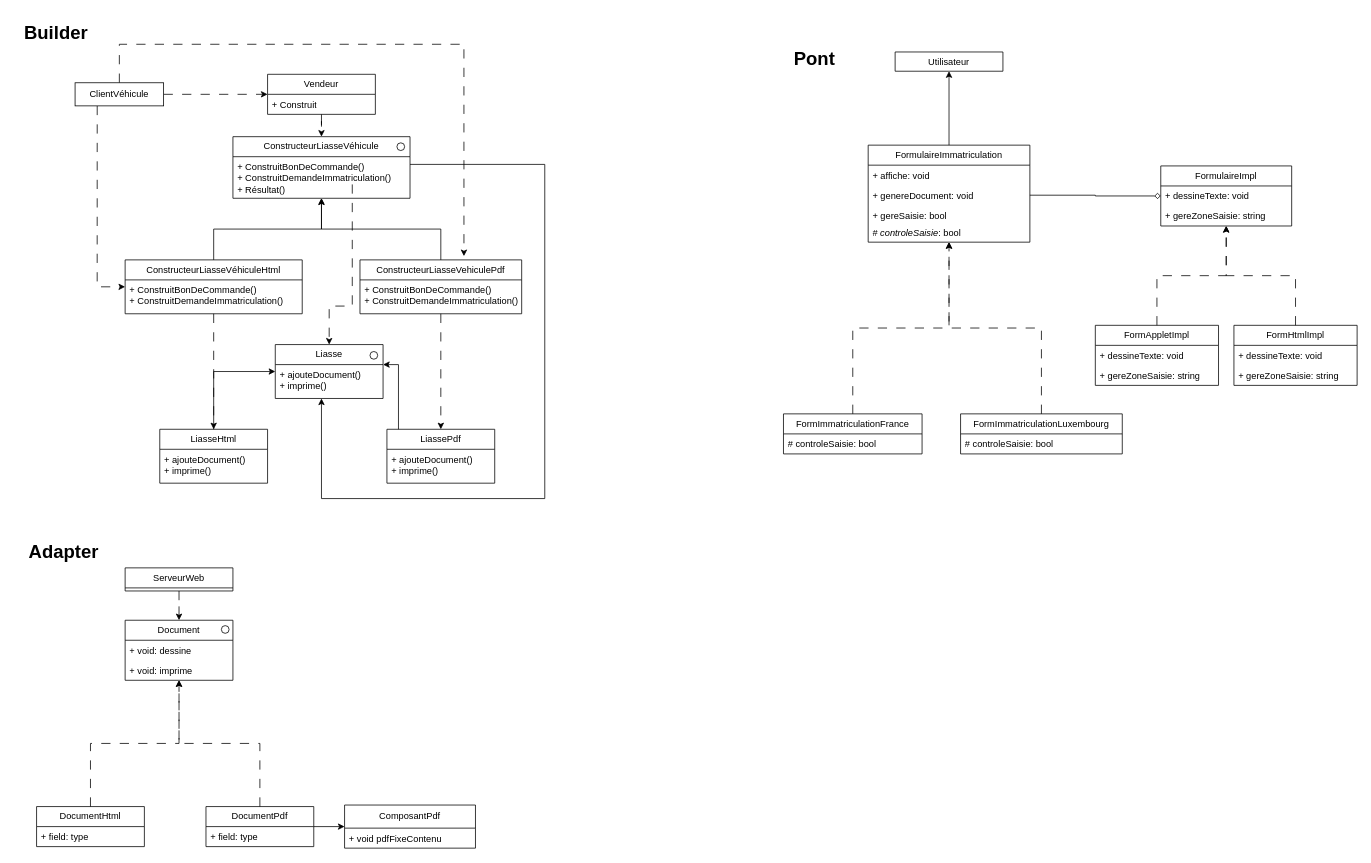
Above: Diagram Abstract Builder.drawio in Benjamin0173/DesignPatternCSharp (draw.io), before the change. Source tidied: cells renumbered, new cells numbered last; positions are measured from the earlier drawing's top-left corner, leaving out a move shared by most shapes. Both pictures are drawn from the tidied source at 77%, with x=0, y=0 at pixel (13, 13).
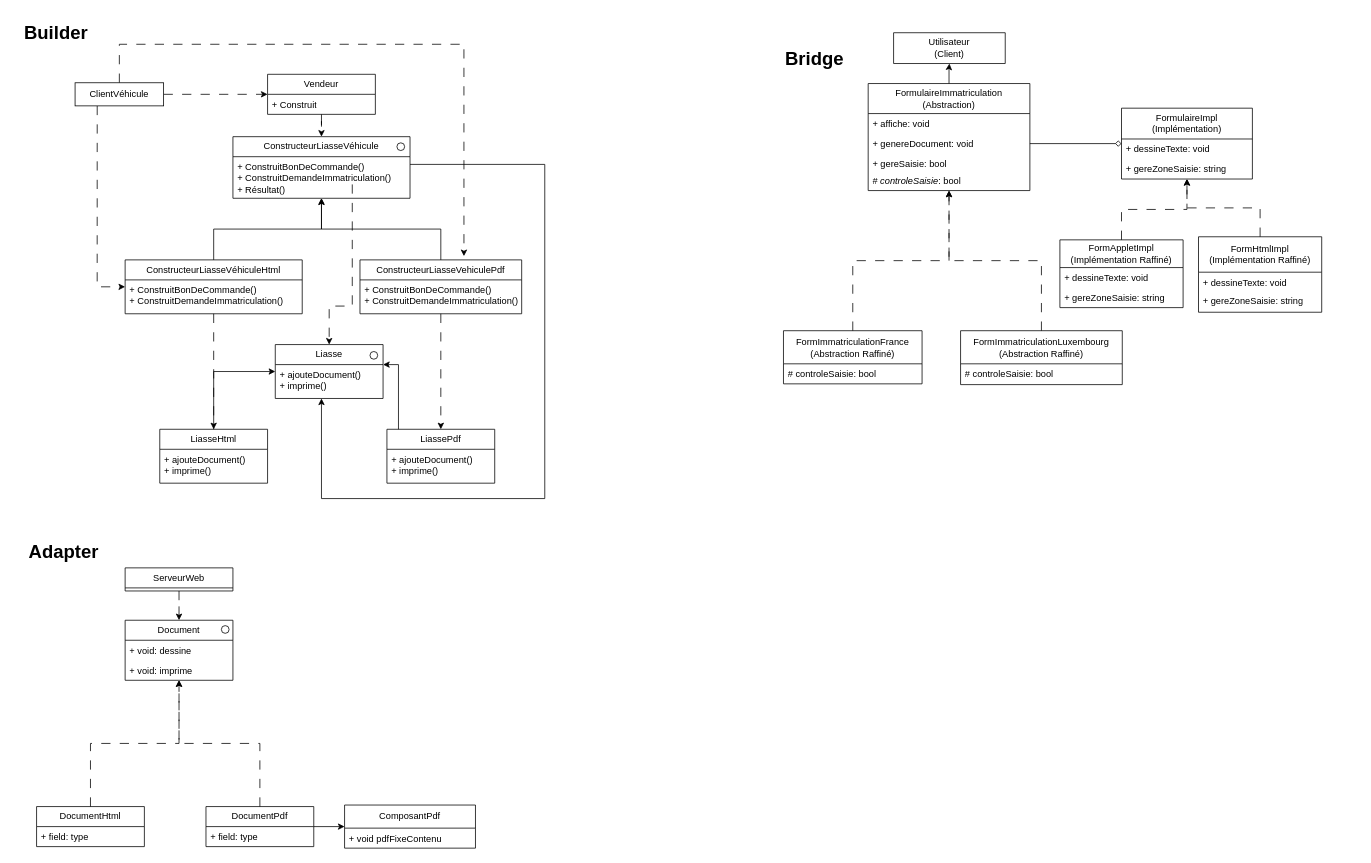
The same page after the edit.

Change to the diagram source:
```diff
@@
-    <mxCell id="48" value="Pont" style="text;strokeColor=none;fillColor=none;html=1;fontSize=24;fontStyle=1;verticalAlign=middle;align=center;" parent="1" vertex="1">
+    <mxCell id="48" value="Bridge" style="text;strokeColor=none;fillColor=none;html=1;fontSize=24;fontStyle=1;verticalAlign=middle;align=center;" parent="1" vertex="1">
       <mxGeometry x="1000" y="39" width="80" height="40" as="geometry" />
     </mxCell>
-    <mxCell id="49" value="Utilisateur" style="swimlane;fontStyle=0;horizontal=1;startSize=26;fillColor=none;whiteSpace=wrap;html=1;" parent="1" vertex="1">
-      <mxGeometry x="1145" y="50" width="140" height="25" as="geometry" />
+    <mxCell id="49" value="Utilisateur&lt;br&gt;(Client)" style="swimlane;fontStyle=0;horizontal=1;startSize=40;fillColor=none;whiteSpace=wrap;html=1;" parent="1" vertex="1">
+      <mxGeometry x="1143" y="25" width="145" height="40" as="geometry" />
     </mxCell>
@@
-    <mxCell id="51" value="FormImmatriculationFrance" style="swimlane;fontStyle=0;horizontal=1;startSize=26;fillColor=none;whiteSpace=wrap;html=1;" parent="1" vertex="1">
-      <mxGeometry x="1000" y="520" width="180" height="52" as="geometry" />
+    <mxCell id="51" value="FormImmatriculationFrance&lt;br&gt;(Abstraction Raffiné)" style="swimlane;fontStyle=0;horizontal=1;startSize=43;fillColor=none;whiteSpace=wrap;html=1;" parent="1" vertex="1">
+      <mxGeometry x="1000" y="412" width="180" height="69" as="geometry" />
     </mxCell>
     <mxCell id="52" value="# controleSaisie: bool" style="text;strokeColor=none;fillColor=none;align=left;verticalAlign=top;spacingLeft=4;spacingRight=4;overflow=hidden;whiteSpace=wrap;html=1;" parent="51" vertex="1">
-      <mxGeometry y="26" width="180" height="26" as="geometry" />
+      <mxGeometry y="43" width="180" height="26" as="geometry" />
     </mxCell>
@@
-    <mxCell id="54" value="FormHtmlImpl" style="swimlane;fontStyle=0;horizontal=1;startSize=26;fillColor=none;whiteSpace=wrap;html=1;" parent="1" vertex="1">
-      <mxGeometry x="1585" y="405" width="160" height="78" as="geometry" />
+    <mxCell id="54" value="FormHtmlImpl&lt;br&gt;(Implémentation Raffiné)" style="swimlane;fontStyle=0;horizontal=1;startSize=46;fillColor=none;whiteSpace=wrap;html=1;" parent="1" vertex="1">
+      <mxGeometry x="1539" y="290" width="160" height="98" as="geometry" />
     </mxCell>
     <mxCell id="55" value="+ dessineTexte: void" style="text;strokeColor=none;fillColor=none;align=left;verticalAlign=top;spacingLeft=4;spacingRight=4;overflow=hidden;whiteSpace=wrap;html=1;" parent="54" vertex="1">
-      <mxGeometry y="26" width="160" height="26" as="geometry" />
+      <mxGeometry y="46" width="160" height="24" as="geometry" />
     </mxCell>
     <mxCell id="56" value="+&amp;nbsp;gereZoneSaisie: string" style="text;strokeColor=none;fillColor=none;align=left;verticalAlign=top;spacingLeft=4;spacingRight=4;overflow=hidden;whiteSpace=wrap;html=1;" parent="54" vertex="1">
-      <mxGeometry y="52" width="160" height="26" as="geometry" />
+      <mxGeometry y="70" width="160" height="28" as="geometry" />
     </mxCell>
@@
-    <mxCell id="58" value="FormImmatriculationLuxembourg" style="swimlane;fontStyle=0;horizontal=1;startSize=26;fillColor=none;whiteSpace=wrap;html=1;" parent="1" vertex="1">
-      <mxGeometry x="1230" y="520" width="210" height="52" as="geometry" />
+    <mxCell id="58" value="FormImmatriculationLuxembourg&lt;br&gt;(Abstraction Raffiné)" style="swimlane;fontStyle=0;horizontal=1;startSize=43;fillColor=none;whiteSpace=wrap;html=1;" parent="1" vertex="1">
+      <mxGeometry x="1230" y="412" width="210" height="70" as="geometry" />
     </mxCell>
     <mxCell id="59" value="# controleSaisie&lt;span style=&quot;background-color: initial;&quot;&gt;: bool&lt;/span&gt;" style="text;strokeColor=none;fillColor=none;align=left;verticalAlign=top;spacingLeft=4;spacingRight=4;overflow=hidden;whiteSpace=wrap;html=1;" parent="58" vertex="1">
-      <mxGeometry y="26" width="210" height="26" as="geometry" />
+      <mxGeometry y="43" width="210" height="27" as="geometry" />
     </mxCell>
@@
-    <mxCell id="61" value="FormAppletImpl" style="swimlane;fontStyle=0;horizontal=1;startSize=26;fillColor=none;whiteSpace=wrap;html=1;" parent="1" vertex="1">
-      <mxGeometry x="1405" y="405" width="160" height="78" as="geometry" />
+    <mxCell id="61" value="FormAppletImpl&lt;br&gt;(Implémentation Raffiné)" style="swimlane;fontStyle=0;horizontal=1;startSize=36;fillColor=none;whiteSpace=wrap;html=1;" parent="1" vertex="1">
+      <mxGeometry x="1359" y="294" width="160" height="88" as="geometry" />
     </mxCell>
     <mxCell id="62" value="+ dessineTexte: void" style="text;strokeColor=none;fillColor=none;align=left;verticalAlign=top;spacingLeft=4;spacingRight=4;overflow=hidden;whiteSpace=wrap;html=1;" parent="61" vertex="1">
-      <mxGeometry y="26" width="160" height="26" as="geometry" />
+      <mxGeometry y="36" width="160" height="26" as="geometry" />
     </mxCell>
     <mxCell id="63" value="+&amp;nbsp;gereZoneSaisie: string" style="text;strokeColor=none;fillColor=none;align=left;verticalAlign=top;spacingLeft=4;spacingRight=4;overflow=hidden;whiteSpace=wrap;html=1;" parent="61" vertex="1">
-      <mxGeometry y="52" width="160" height="26" as="geometry" />
+      <mxGeometry y="62" width="160" height="26" as="geometry" />
     </mxCell>
@@
-    <mxCell id="65" value="FormulaireImmatriculation" style="swimlane;fontStyle=0;horizontal=1;startSize=26;fillColor=none;whiteSpace=wrap;html=1;" parent="1" vertex="1">
-      <mxGeometry x="1110" y="171" width="210" height="126" as="geometry" />
+    <mxCell id="65" value="FormulaireImmatriculation&lt;br&gt;(Abstraction)" style="swimlane;fontStyle=0;horizontal=1;startSize=39;fillColor=none;whiteSpace=wrap;html=1;" parent="1" vertex="1">
+      <mxGeometry x="1110" y="91" width="210" height="139" as="geometry" />
     </mxCell>
     <mxCell id="66" value="+&amp;nbsp;affiche&lt;span style=&quot;background-color: initial;&quot;&gt;: void&lt;/span&gt;" style="text;strokeColor=none;fillColor=none;align=left;verticalAlign=top;spacingLeft=4;spacingRight=4;overflow=hidden;whiteSpace=wrap;html=1;" parent="65" vertex="1">
-      <mxGeometry y="26" width="210" height="26" as="geometry" />
+      <mxGeometry y="39" width="210" height="26" as="geometry" />
     </mxCell>
     <mxCell id="67" value="+&amp;nbsp;genereDocument&lt;span style=&quot;background-color: initial;&quot;&gt;: void&lt;/span&gt;" style="text;strokeColor=none;fillColor=none;align=left;verticalAlign=top;spacingLeft=4;spacingRight=4;overflow=hidden;points=[[0,0.5],[1,0.5]];portConstraint=eastwest;whiteSpace=wrap;html=1;" parent="65" vertex="1">
-      <mxGeometry y="52" width="210" height="26" as="geometry" />
+      <mxGeometry y="65" width="210" height="26" as="geometry" />
     </mxCell>
     <mxCell id="68" value="+&amp;nbsp;gereSaisie&lt;span style=&quot;background-color: initial;&quot;&gt;: bool&lt;/span&gt;" style="text;strokeColor=none;fillColor=none;align=left;verticalAlign=top;spacingLeft=4;spacingRight=4;overflow=hidden;whiteSpace=wrap;html=1;" parent="65" vertex="1">
-      <mxGeometry y="78" width="210" height="22" as="geometry" />
+      <mxGeometry y="91" width="210" height="22" as="geometry" />
     </mxCell>
     <mxCell id="69" value="# &lt;i&gt;controleSaisie&lt;/i&gt;&lt;span style=&quot;background-color: initial;&quot;&gt;: bool&lt;/span&gt;" style="text;strokeColor=none;fillColor=none;align=left;verticalAlign=top;spacingLeft=4;spacingRight=4;overflow=hidden;whiteSpace=wrap;html=1;" parent="65" vertex="1">
-      <mxGeometry y="100" width="210" height="26" as="geometry" />
+      <mxGeometry y="113" width="210" height="26" as="geometry" />
     </mxCell>
-    <mxCell id="70" value="FormulaireImpl" style="swimlane;fontStyle=0;horizontal=1;startSize=26;fillColor=none;whiteSpace=wrap;html=1;" parent="1" vertex="1">
-      <mxGeometry x="1490" y="198" width="170" height="78" as="geometry" />
+    <mxCell id="70" value="FormulaireImpl&lt;br&gt;(Implémentation)" style="swimlane;fontStyle=0;horizontal=1;startSize=40;fillColor=none;whiteSpace=wrap;html=1;" parent="1" vertex="1">
+      <mxGeometry x="1439" y="123" width="170" height="92" as="geometry" />
     </mxCell>
     <mxCell id="71" value="+ dessineTexte: void" style="text;strokeColor=none;fillColor=none;align=left;verticalAlign=top;spacingLeft=4;spacingRight=4;overflow=hidden;whiteSpace=wrap;html=1;" parent="70" vertex="1">
-      <mxGeometry y="26" width="170" height="26" as="geometry" />
+      <mxGeometry y="40" width="170" height="26" as="geometry" />
     </mxCell>
     <mxCell id="72" value="+&amp;nbsp;gereZoneSaisie: string" style="text;strokeColor=none;fillColor=none;align=left;verticalAlign=top;spacingLeft=4;spacingRight=4;overflow=hidden;whiteSpace=wrap;html=1;" parent="70" vertex="1">
-      <mxGeometry y="52" width="170" height="26" as="geometry" />
+      <mxGeometry y="66" width="170" height="26" as="geometry" />
     </mxCell>
```
